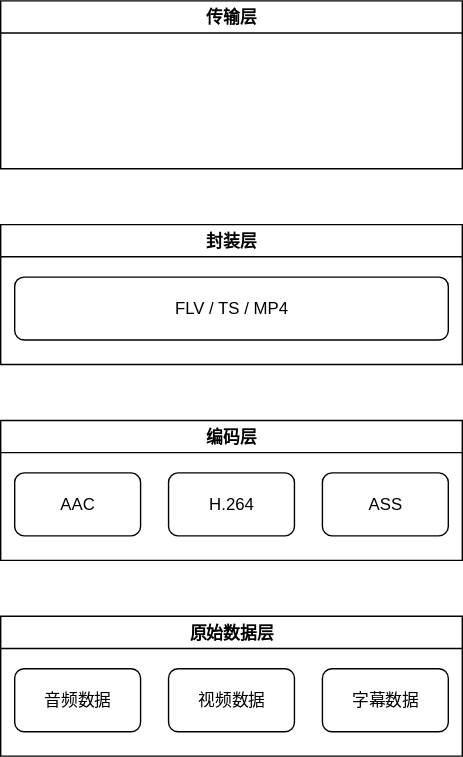
Before: 音视频开发/Resources/音视频流四层结构.drawio.svg, a diagram exported from draw.io (h13-0/Notebooks). Source tidied: cells renumbered, new cells last; positions are measured from the earlier drawing's top-left corner, leaving out a move shared by most shapes.
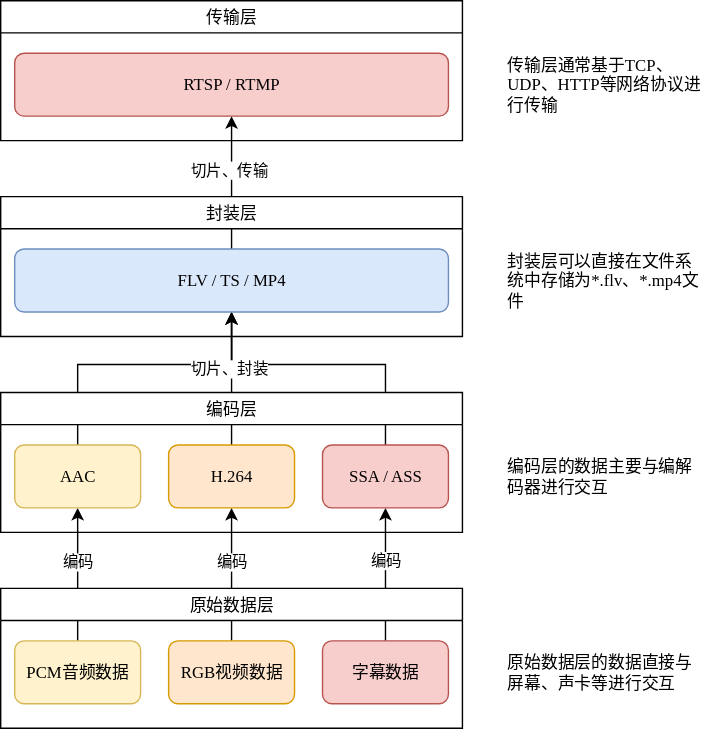
After the change.

Commit message:
vault backup: 2025-12-17 21:29:05

What changed in the source:
```diff
@@ -2,38 +2,105 @@
   <root>
     <mxCell id="0" />
     <mxCell id="1" parent="0" />
+    <mxCell id="13" style="edgeStyle=orthogonalEdgeStyle;rounded=0;jettySize=auto;html=1;exitX=0.5;exitY=0;exitDx=0;exitDy=0;entryX=0.5;entryY=1;entryDx=0;entryDy=0;fontFamily=思源等宽;" parent="1" edge="1" source="4" target="25">
+      <mxGeometry relative="1" as="geometry" />
+    </mxCell>
+    <mxCell id="14" value="切片、传输" style="edgeLabel;html=1;align=center;verticalAlign=middle;fontFamily=思源等宽;" parent="13" vertex="1">
+      <mxGeometry x="0.2" y="2" relative="1" as="geometry" />
+    </mxCell>
+    <mxCell id="15" style="edgeStyle=orthogonalEdgeStyle;rounded=0;jettySize=auto;html=1;exitX=0.5;exitY=0;exitDx=0;exitDy=0;entryX=0.5;entryY=1;entryDx=0;entryDy=0;fontFamily=思源等宽;" parent="1" edge="1" source="6" target="4">
+      <mxGeometry relative="1" as="geometry">
+        <Array as="points">
+          <mxPoint x="55" y="280" />
+          <mxPoint x="165" y="280" />
+        </Array>
+      </mxGeometry>
+    </mxCell>
+    <mxCell id="16" style="edgeStyle=orthogonalEdgeStyle;rounded=0;jettySize=auto;html=1;exitX=0.5;exitY=0;exitDx=0;exitDy=0;entryX=0.5;entryY=1;entryDx=0;entryDy=0;fontFamily=思源等宽;" parent="1" edge="1" source="8" target="4">
+      <mxGeometry relative="1" as="geometry">
+        <Array as="points">
+          <mxPoint x="275" y="280" />
+          <mxPoint x="165" y="280" />
+        </Array>
+      </mxGeometry>
+    </mxCell>
+    <mxCell id="17" style="edgeStyle=orthogonalEdgeStyle;rounded=0;jettySize=auto;html=1;exitX=0.5;exitY=0;exitDx=0;exitDy=0;entryX=0.5;entryY=1;entryDx=0;entryDy=0;fontFamily=思源等宽;" parent="1" edge="1" source="7" target="4">
+      <mxGeometry relative="1" as="geometry" />
+    </mxCell>
+    <mxCell id="18" value="切片、封装" style="edgeLabel;html=1;align=center;verticalAlign=middle;fontFamily=思源等宽;" parent="17" vertex="1">
+      <mxGeometry x="0.15" y="2" relative="1" as="geometry" />
+    </mxCell>
+    <mxCell id="19" style="edgeStyle=orthogonalEdgeStyle;rounded=0;jettySize=auto;html=1;exitX=0.5;exitY=0;exitDx=0;exitDy=0;entryX=0.5;entryY=1;entryDx=0;entryDy=0;fontFamily=思源等宽;" parent="1" edge="1" source="12" target="8">
+      <mxGeometry relative="1" as="geometry" />
+    </mxCell>
+    <mxCell id="20" value="编码" style="edgeLabel;html=1;align=center;verticalAlign=middle;fontFamily=思源等宽;" parent="19" vertex="1">
+      <mxGeometry relative="1" as="geometry">
+        <mxPoint y="-10" as="offset" />
+      </mxGeometry>
+    </mxCell>
+    <mxCell id="21" style="edgeStyle=orthogonalEdgeStyle;rounded=0;jettySize=auto;html=1;exitX=0.5;exitY=0;exitDx=0;exitDy=0;entryX=0.5;entryY=1;entryDx=0;entryDy=0;fontFamily=思源等宽;" parent="1" edge="1" source="11" target="7">
+      <mxGeometry relative="1" as="geometry" />
+    </mxCell>
+    <mxCell id="22" value="编码" style="edgeLabel;html=1;align=center;verticalAlign=middle;fontFamily=思源等宽;" parent="21" vertex="1">
+      <mxGeometry x="0.24" y="-3" relative="1" as="geometry">
+        <mxPoint x="-3" y="2" as="offset" />
+      </mxGeometry>
+    </mxCell>
+    <mxCell id="23" style="edgeStyle=orthogonalEdgeStyle;rounded=0;jettySize=auto;html=1;exitX=0.5;exitY=0;exitDx=0;exitDy=0;entryX=0.5;entryY=1;entryDx=0;entryDy=0;fontFamily=思源等宽;" parent="1" edge="1" source="10" target="6">
+      <mxGeometry relative="1" as="geometry" />
+    </mxCell>
+    <mxCell id="24" value="编码" style="edgeLabel;html=1;align=center;verticalAlign=middle;fontFamily=思源等宽;" parent="23" vertex="1">
+      <mxGeometry x="0.18" relative="1" as="geometry">
+        <mxPoint y="-1" as="offset" />
+      </mxGeometry>
+    </mxCell>
-    <mxCell id="2" value="传输层" style="swimlane;whiteSpace=wrap;html=1;" parent="1" vertex="1">
-      <mxGeometry width="330" height="120" as="geometry" />
+    <mxCell id="2" value="&lt;span style=&quot;font-weight: normal;&quot;&gt;传输层&lt;/span&gt;" style="swimlane;whiteSpace=wrap;html=1;gradientColor=none;fillColor=#FFFFFF;fontFamily=思源等宽;" parent="1" vertex="1">
+      <mxGeometry y="20" width="330" height="100" as="geometry" />
     </mxCell>
+    <mxCell id="25" value="RTSP / RTMP" style="rounded=1;whiteSpace=wrap;html=1;fillColor=#f8cecc;strokeColor=#b85450;fontFamily=思源等宽;" parent="2" vertex="1">
+      <mxGeometry x="10" y="37.5" width="310" height="45" as="geometry" />
+    </mxCell>
-    <mxCell id="3" value="封装层" style="swimlane;whiteSpace=wrap;html=1;" parent="1" vertex="1">
+    <mxCell id="3" value="&lt;span style=&quot;font-weight: normal;&quot;&gt;封装层&lt;/span&gt;" style="swimlane;whiteSpace=wrap;html=1;fillColor=#FFFFFF;fontFamily=思源等宽;" parent="1" vertex="1">
       <mxGeometry y="160" width="330" height="100" as="geometry" />
     </mxCell>
-    <mxCell id="4" value="FLV / TS / MP4" style="rounded=1;whiteSpace=wrap;html=1;" parent="3" vertex="1">
+    <mxCell id="4" value="FLV / TS / MP4" style="rounded=1;whiteSpace=wrap;html=1;fillColor=#dae8fc;strokeColor=#6c8ebf;fontFamily=思源等宽;" parent="3" vertex="1">
       <mxGeometry x="10" y="37.5" width="310" height="45" as="geometry" />
     </mxCell>
-    <mxCell id="5" value="编码层" style="swimlane;whiteSpace=wrap;html=1;" parent="1" vertex="1">
+    <mxCell id="5" value="&lt;span style=&quot;font-weight: normal;&quot;&gt;编码层&lt;/span&gt;" style="swimlane;whiteSpace=wrap;html=1;fillColor=#FFFFFF;fontFamily=思源等宽;" parent="1" vertex="1">
       <mxGeometry y="300" width="330" height="100" as="geometry" />
     </mxCell>
-    <mxCell id="6" value="AAC" style="rounded=1;whiteSpace=wrap;html=1;" parent="5" vertex="1">
+    <mxCell id="6" value="AAC" style="rounded=1;whiteSpace=wrap;html=1;fillColor=#fff2cc;strokeColor=#d6b656;fontFamily=思源等宽;" parent="5" vertex="1">
       <mxGeometry x="10" y="37.5" width="90" height="45" as="geometry" />
     </mxCell>
-    <mxCell id="7" value="H.264" style="rounded=1;whiteSpace=wrap;html=1;" parent="5" vertex="1">
+    <mxCell id="7" value="H.264" style="rounded=1;whiteSpace=wrap;html=1;fillColor=#ffe6cc;strokeColor=#d79b00;fontFamily=思源等宽;" parent="5" vertex="1">
       <mxGeometry x="120" y="37.5" width="90" height="45" as="geometry" />
     </mxCell>
-    <mxCell id="8" value="ASS" style="rounded=1;whiteSpace=wrap;html=1;" parent="5" vertex="1">
+    <mxCell id="8" value="SSA / ASS" style="rounded=1;whiteSpace=wrap;html=1;fillColor=#f8cecc;strokeColor=#b85450;fontFamily=思源等宽;" parent="5" vertex="1">
       <mxGeometry x="230" y="37.5" width="90" height="45" as="geometry" />
     </mxCell>
-    <mxCell id="9" value="原始数据层" style="swimlane;whiteSpace=wrap;html=1;" parent="1" vertex="1">
+    <mxCell id="9" value="&lt;span style=&quot;font-weight: normal;&quot;&gt;原始数据层&lt;/span&gt;" style="swimlane;whiteSpace=wrap;html=1;fillColor=#FFFFFF;fontFamily=思源等宽;" parent="1" vertex="1">
       <mxGeometry y="440" width="330" height="100" as="geometry" />
     </mxCell>
-    <mxCell id="10" value="音频数据" style="rounded=1;whiteSpace=wrap;html=1;" parent="9" vertex="1">
+    <mxCell id="10" value="PCM音频数据" style="rounded=1;whiteSpace=wrap;html=1;fillColor=#fff2cc;strokeColor=#d6b656;fontFamily=思源等宽;" parent="9" vertex="1">
       <mxGeometry x="10" y="37.5" width="90" height="45" as="geometry" />
     </mxCell>
-    <mxCell id="11" value="视频数据" style="rounded=1;whiteSpace=wrap;html=1;" parent="9" vertex="1">
+    <mxCell id="11" value="RGB视频数据" style="rounded=1;whiteSpace=wrap;html=1;fillColor=#ffe6cc;strokeColor=#d79b00;fontFamily=思源等宽;" parent="9" vertex="1">
       <mxGeometry x="120" y="37.5" width="90" height="45" as="geometry" />
     </mxCell>
-    <mxCell id="12" value="字幕数据" style="rounded=1;whiteSpace=wrap;html=1;" parent="9" vertex="1">
+    <mxCell id="12" value="字幕数据" style="rounded=1;whiteSpace=wrap;html=1;fillColor=#f8cecc;strokeColor=#b85450;fontFamily=思源等宽;" parent="9" vertex="1">
       <mxGeometry x="230" y="37.5" width="90" height="45" as="geometry" />
     </mxCell>
+    <mxCell id="26" value="传输层通常基于TCP、UDP、HTTP等网络协议进行传输" style="text;html=1;align=left;verticalAlign=middle;whiteSpace=wrap;rounded=0;fontFamily=思源等宽;" parent="1" vertex="1">
+      <mxGeometry x="360" y="60" width="140" height="40" as="geometry" />
+    </mxCell>
+    <mxCell id="27" value="封装层可以直接在文件系统中存储为*.flv、*.mp4文件" style="text;html=1;align=left;verticalAlign=middle;whiteSpace=wrap;rounded=0;fontFamily=思源等宽;" parent="1" vertex="1">
+      <mxGeometry x="360" y="200" width="140" height="40" as="geometry" />
+    </mxCell>
+    <mxCell id="28" value="编码层的数据主要与编解码器进行交互" style="text;html=1;align=left;verticalAlign=middle;whiteSpace=wrap;rounded=0;fontFamily=思源等宽;" parent="1" vertex="1">
+      <mxGeometry x="360" y="340" width="140" height="40" as="geometry" />
+    </mxCell>
+    <mxCell id="29" value="原始数据层的数据直接与屏幕、声卡等进行交互" style="text;html=1;align=left;verticalAlign=middle;whiteSpace=wrap;rounded=0;fontFamily=思源等宽;" parent="1" vertex="1">
+      <mxGeometry x="360" y="480" width="140" height="40" as="geometry" />
+    </mxCell>
   </root>
 </mxGraphModel>
```
